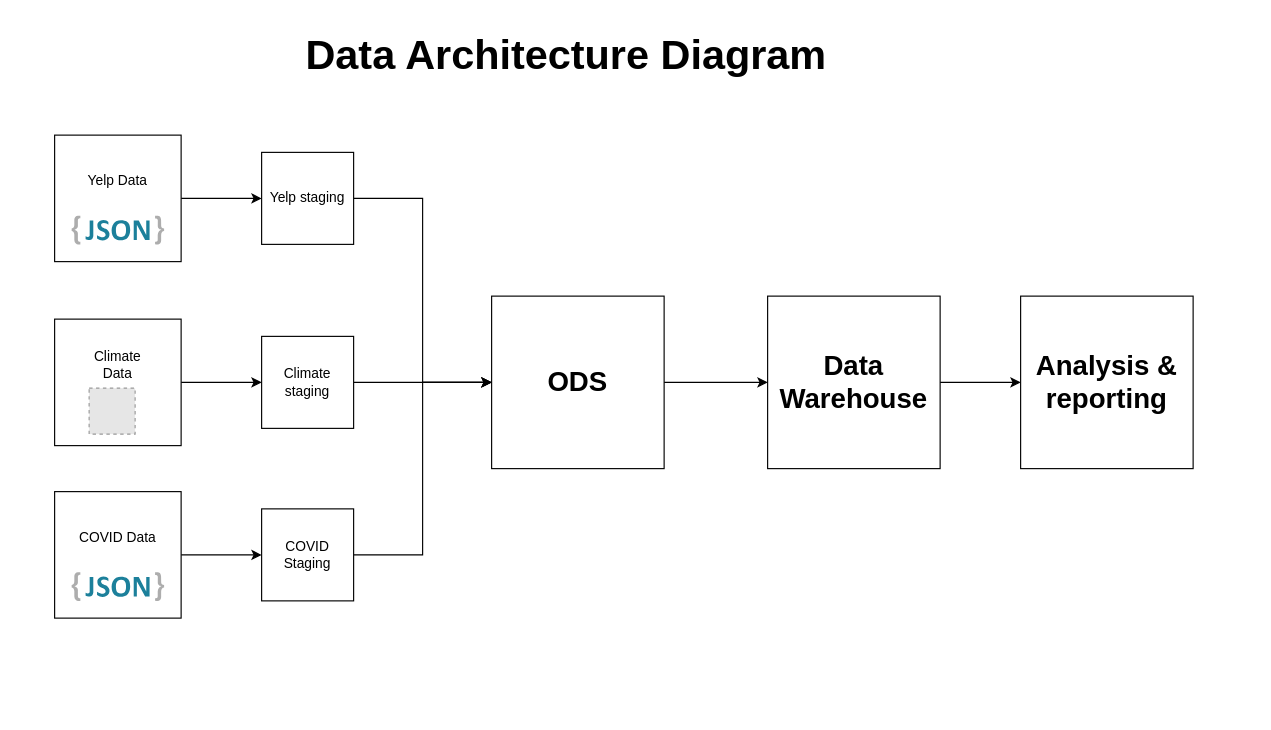
Earlier version of the draw.io diagram Udacity/Untitled Diagram.drawio (vijaypattar28/snowflake). Source tidied: cells renumbered, new cells numbered last; positions are measured from the earlier drawing's top-left corner, leaving out a move shared by most shapes. Both pictures are drawn from the tidied source at 115%, with x=0, y=0 at pixel (54, 43). Pictures stored in the file or linked from it are replaced by grey dashed boxes.
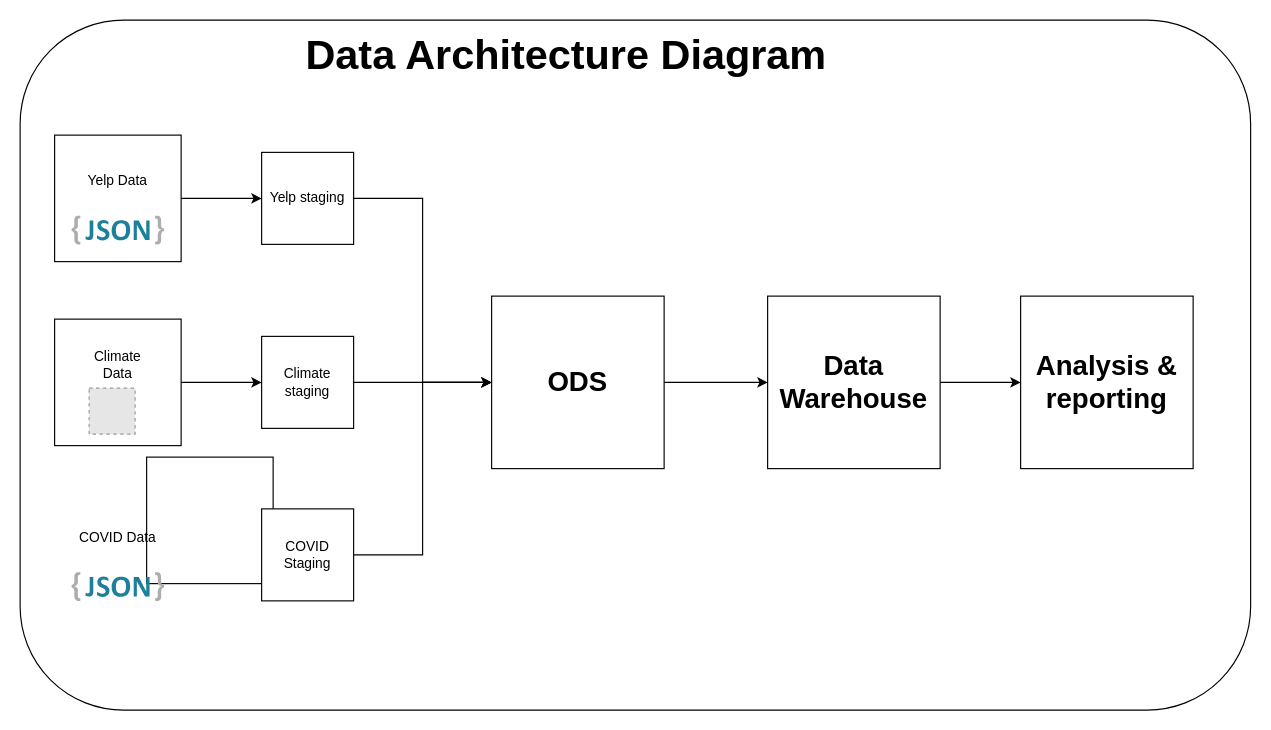
The same diagram, later.

The change refers to these unchanged cells:
```xml
<mxCell id="19" value="COVID Staging" style="whiteSpace=wrap;html=1;" parent="1" vertex="1">
  <mxGeometry x="180" y="405" width="80" height="80" as="geometry" />
</mxCell>
```

Diff of the diagram source:
```diff
@@
+    <mxCell id="26" style="rounded=1;whiteSpace=wrap;html=1;" parent="1" vertex="1">
+      <mxGeometry x="-30" y="-20" width="1070" height="600" as="geometry" />
+    </mxCell>
@@
-    <mxCell id="10" style="edgeStyle=orthogonalEdgeStyle;rounded=0;jettySize=auto;html=1;entryX=0;entryY=0.5;entryDx=0;entryDy=0;" parent="1" edge="1" source="11" target="19">
-      <mxGeometry relative="1" as="geometry" />
+    <mxCell id="10" style="edgeStyle=orthogonalEdgeStyle;rounded=0;jettySize=auto;html=1;entryX=0;entryY=0.5;entryDx=0;entryDy=0;" parent="1" edge="1" target="19">
+      <mxGeometry relative="1" as="geometry">
+        <mxPoint x="110" y="445" as="sourcePoint" />
+      </mxGeometry>
     </mxCell>
     <mxCell id="11" style="whiteSpace=wrap;html=1;" parent="1" vertex="1">
-      <mxGeometry y="390" width="110" height="110" as="geometry" />
+      <mxGeometry x="80" y="360" width="110" height="110" as="geometry" />
     </mxCell>
```
